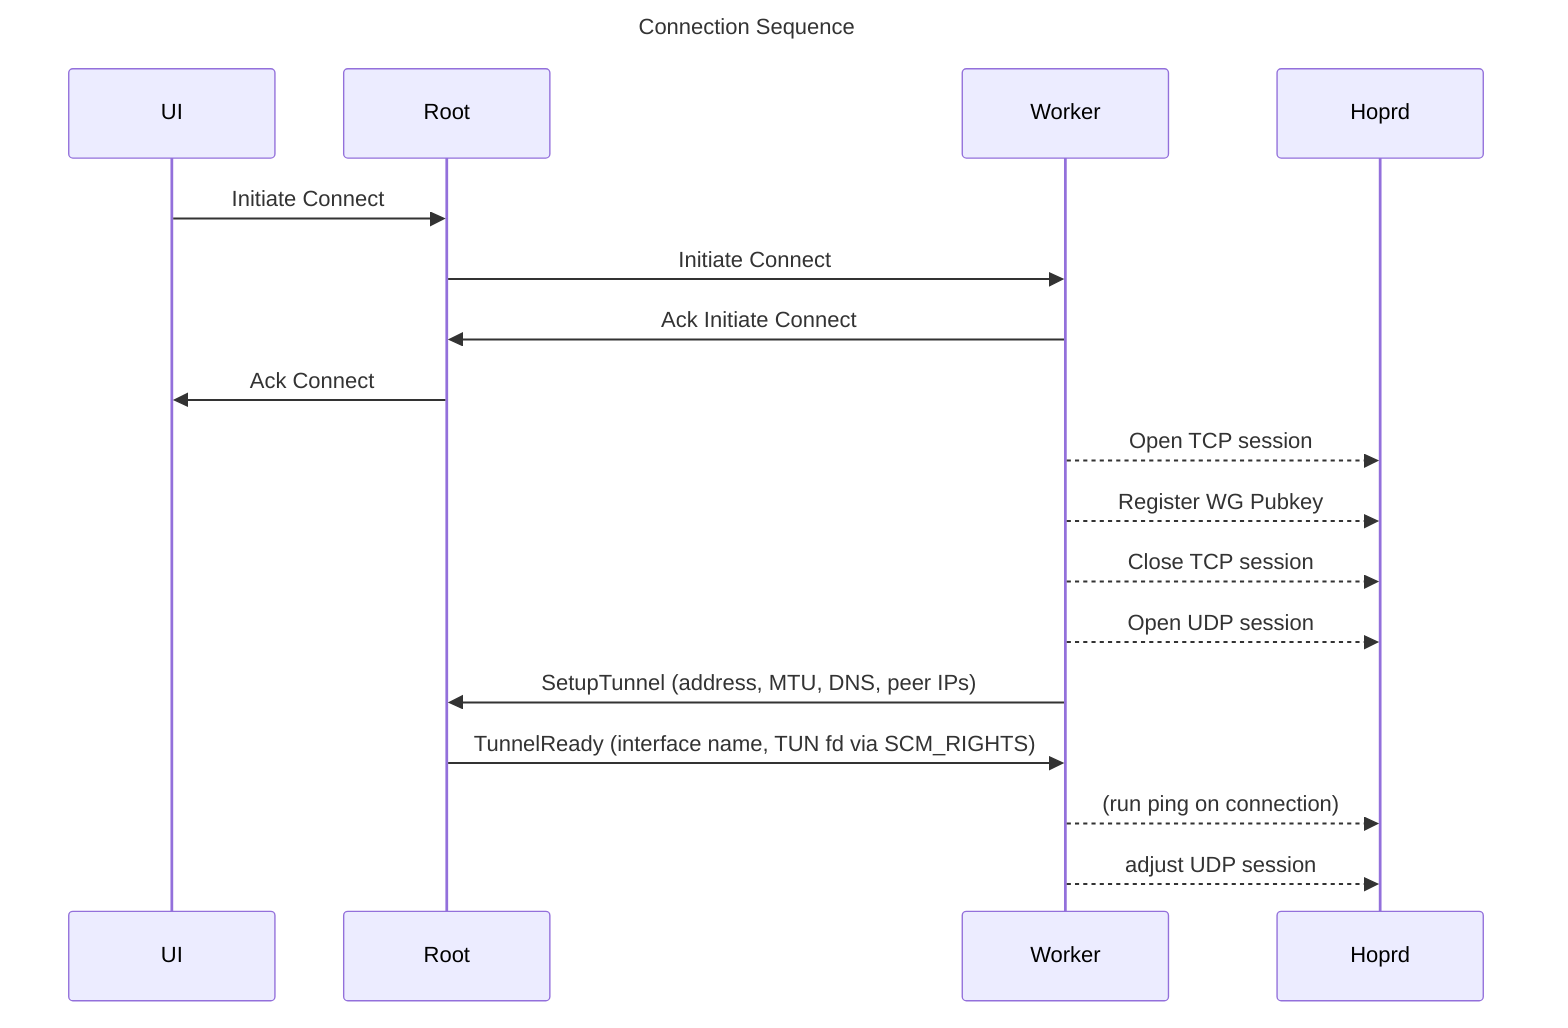
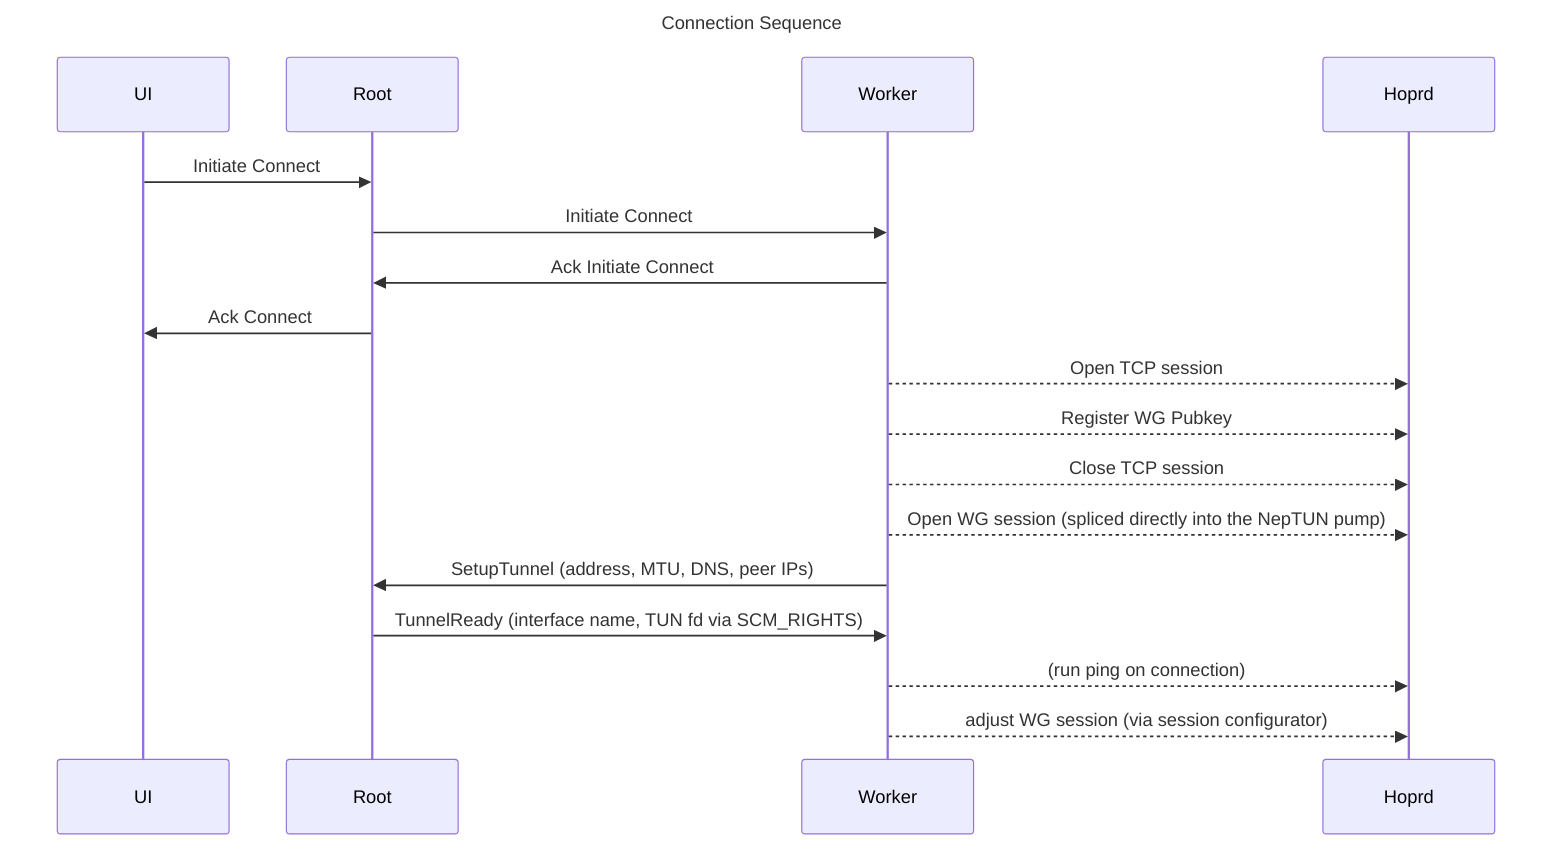
---
title: Connection Sequence
---
sequenceDiagram
    UI->>Root: Initiate Connect
    Root->>Worker: Initiate Connect
    Worker->>Root: Ack Initiate Connect
    Root->>UI: Ack Connect
    Worker-->>Hoprd: Open TCP session
    Worker-->>Hoprd: Register WG Pubkey
    Worker-->>Hoprd: Close TCP session
-     Worker-->>Hoprd: Open UDP session
+     Worker-->>Hoprd: Open WG session (spliced directly into the NepTUN pump)
    Worker->>Root: SetupTunnel (address, MTU, DNS, peer IPs)
    Root->>Worker: TunnelReady (interface name, TUN fd via SCM_RIGHTS)
    Worker-->>Hoprd: (run ping on connection)
-     Worker-->>Hoprd: adjust UDP session
+     Worker-->>Hoprd: adjust WG session (via session configurator)
